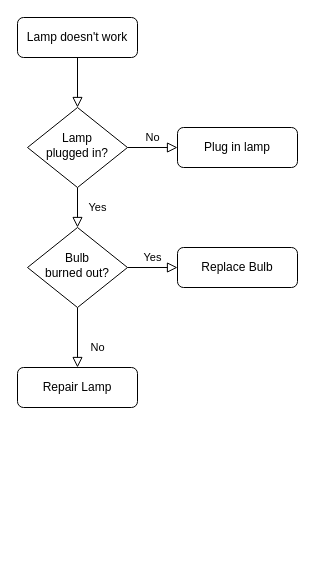
Above: drawio/login.drawio in expliyh/school-fish (draw.io), before the change. Source tidied: cells renumbered, new cells numbered last; positions are measured from the earlier drawing's top-left corner, leaving out a move shared by most shapes. Both pictures are drawn from the tidied source at 100%, with x=0, y=0 at pixel (17, 17).
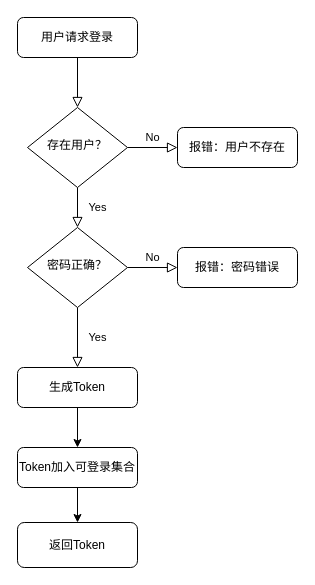
After the change.

Diff of the diagram source:
```diff
@@
 <mxGraphModel>
   <root>
     <mxCell id="0" />
     <mxCell id="1" parent="0" />
     <mxCell id="2" style="rounded=0;html=1;jettySize=auto;fontSize=11;endArrow=block;endFill=0;endSize=8;strokeWidth=1;shadow=0;labelBackgroundColor=none;edgeStyle=orthogonalEdgeStyle;" parent="1" edge="1" source="3" target="6">
       <mxGeometry relative="1" as="geometry" />
     </mxCell>
-    <mxCell id="3" value="Lamp doesn't work" style="rounded=1;whiteSpace=wrap;html=1;fontSize=12;glass=0;strokeWidth=1;shadow=0;" parent="1" vertex="1">
+    <mxCell id="3" value="用户请求登录" style="rounded=1;whiteSpace=wrap;html=1;fontSize=12;glass=0;strokeWidth=1;shadow=0;" parent="1" vertex="1">
       <mxGeometry width="120" height="40" as="geometry" />
     </mxCell>
     <mxCell id="4" value="Yes" style="rounded=0;html=1;jettySize=auto;fontSize=11;endArrow=block;endFill=0;endSize=8;strokeWidth=1;shadow=0;labelBackgroundColor=none;edgeStyle=orthogonalEdgeStyle;" parent="1" edge="1" source="6" target="10">
       <mxGeometry y="20" relative="1" as="geometry" />
     </mxCell>
     <mxCell id="5" value="No" style="edgeStyle=orthogonalEdgeStyle;rounded=0;html=1;jettySize=auto;fontSize=11;endArrow=block;endFill=0;endSize=8;strokeWidth=1;shadow=0;labelBackgroundColor=none;" parent="1" edge="1" source="6" target="7">
       <mxGeometry y="10" relative="1" as="geometry" />
     </mxCell>
-    <mxCell id="6" value="Lamp&lt;br&gt;plugged in?" style="rhombus;whiteSpace=wrap;html=1;shadow=0;fontFamily=Helvetica;fontSize=12;align=center;strokeWidth=1;spacing=6;spacingTop=-4;" parent="1" vertex="1">
+    <mxCell id="6" value="存在用户？" style="rhombus;whiteSpace=wrap;html=1;shadow=0;fontFamily=Helvetica;fontSize=12;align=center;strokeWidth=1;spacing=6;spacingTop=-4;" parent="1" vertex="1">
       <mxGeometry x="10" y="90" width="100" height="80" as="geometry" />
     </mxCell>
-    <mxCell id="7" value="Plug in lamp" style="rounded=1;whiteSpace=wrap;html=1;fontSize=12;glass=0;strokeWidth=1;shadow=0;" parent="1" vertex="1">
+    <mxCell id="7" value="报错：用户不存在" style="rounded=1;whiteSpace=wrap;html=1;fontSize=12;glass=0;strokeWidth=1;shadow=0;" parent="1" vertex="1">
       <mxGeometry x="160" y="110" width="120" height="40" as="geometry" />
     </mxCell>
-    <mxCell id="8" value="No" style="rounded=0;html=1;jettySize=auto;fontSize=11;endArrow=block;endFill=0;endSize=8;strokeWidth=1;shadow=0;labelBackgroundColor=none;edgeStyle=orthogonalEdgeStyle;" parent="1" edge="1" source="10" target="11">
-      <mxGeometry x="0.33" y="20" relative="1" as="geometry" />
+    <mxCell id="8" value="Yes" style="rounded=0;html=1;jettySize=auto;fontSize=11;endArrow=block;endFill=0;endSize=8;strokeWidth=1;shadow=0;labelBackgroundColor=none;edgeStyle=orthogonalEdgeStyle;" parent="1" edge="1" source="10" target="11">
+      <mxGeometry y="20" relative="1" as="geometry" />
     </mxCell>
-    <mxCell id="9" value="Yes" style="edgeStyle=orthogonalEdgeStyle;rounded=0;html=1;jettySize=auto;fontSize=11;endArrow=block;endFill=0;endSize=8;strokeWidth=1;shadow=0;labelBackgroundColor=none;" parent="1" edge="1" source="10" target="12">
+    <mxCell id="9" value="No" style="edgeStyle=orthogonalEdgeStyle;rounded=0;html=1;jettySize=auto;fontSize=11;endArrow=block;endFill=0;endSize=8;strokeWidth=1;shadow=0;labelBackgroundColor=none;" parent="1" edge="1" source="10" target="12">
       <mxGeometry y="10" relative="1" as="geometry" />
     </mxCell>
-    <mxCell id="10" value="Bulb&lt;br&gt;burned out?" style="rhombus;whiteSpace=wrap;html=1;shadow=0;fontFamily=Helvetica;fontSize=12;align=center;strokeWidth=1;spacing=6;spacingTop=-4;" parent="1" vertex="1">
+    <mxCell id="10" value="密码正确？" style="rhombus;whiteSpace=wrap;html=1;shadow=0;fontFamily=Helvetica;fontSize=12;align=center;strokeWidth=1;spacing=6;spacingTop=-4;" parent="1" vertex="1">
       <mxGeometry x="10" y="210" width="100" height="80" as="geometry" />
     </mxCell>
-    <mxCell id="11" value="Repair Lamp" style="rounded=1;whiteSpace=wrap;html=1;fontSize=12;glass=0;strokeWidth=1;shadow=0;" parent="1" vertex="1">
+    <mxCell id="11" value="生成Token" style="rounded=1;whiteSpace=wrap;html=1;fontSize=12;glass=0;strokeWidth=1;shadow=0;" parent="1" vertex="1">
       <mxGeometry y="350" width="120" height="40" as="geometry" />
     </mxCell>
-    <mxCell id="12" value="Replace Bulb" style="rounded=1;whiteSpace=wrap;html=1;fontSize=12;glass=0;strokeWidth=1;shadow=0;" parent="1" vertex="1">
+    <mxCell id="12" value="报错：密码错误" style="rounded=1;whiteSpace=wrap;html=1;fontSize=12;glass=0;strokeWidth=1;shadow=0;" parent="1" vertex="1">
       <mxGeometry x="160" y="230" width="120" height="40" as="geometry" />
     </mxCell>
+    <mxCell id="13" value="Token加入可登录集合" style="rounded=1;whiteSpace=wrap;html=1;" parent="1" vertex="1">
+      <mxGeometry y="430" width="120" height="40" as="geometry" />
+    </mxCell>
+    <mxCell id="14" style="endArrow=classic;html=1;rounded=0;exitX=0.5;exitY=1;exitDx=0;exitDy=0;" parent="1" edge="1" source="11" target="13">
+      <mxGeometry relative="1" as="geometry" />
+    </mxCell>
+    <mxCell id="15" value="返回Token" style="rounded=1;whiteSpace=wrap;html=1;" parent="1" vertex="1">
+      <mxGeometry y="505" width="120" height="45" as="geometry" />
+    </mxCell>
+    <mxCell id="16" style="endArrow=classic;html=1;rounded=0;" parent="1" edge="1" source="13" target="15">
+      <mxGeometry relative="1" as="geometry" />
+    </mxCell>
   </root>
 </mxGraphModel>
```
